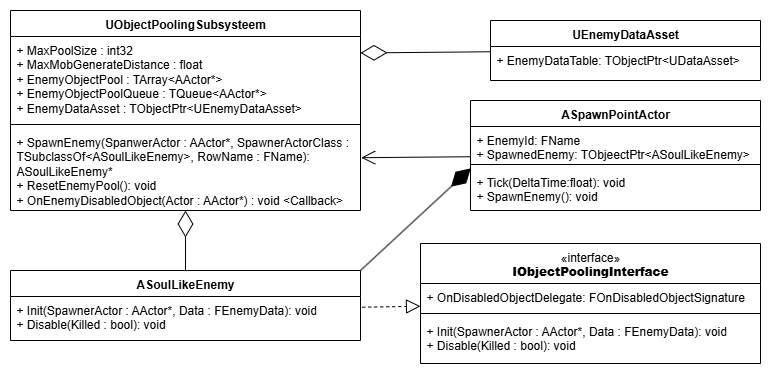
jhness99/SoulLike keeps this draw.io diagram as Images/ObjectPooling.png. Above is the earlier version. Source tidied: cells renumbered, new cells last; positions are measured from the earlier drawing's top-left corner, leaving out a move shared by most shapes. Source of this version:
```xml
<mxGraphModel>
  <root>
    <mxCell id="0" />
    <mxCell id="1" parent="0" />
    <mxCell id="2" value="UObjectPoolingSubsysteem" style="swimlane;fontStyle=1;align=center;verticalAlign=top;horizontal=1;startSize=26;whiteSpace=wrap;html=1;" parent="1" vertex="1">
      <mxGeometry width="350" height="200" as="geometry" />
    </mxCell>
    <mxCell id="3" value="+ MaxPoolSize : int32&lt;div&gt;+ MaxMobGenerateDistance : float&lt;br&gt;&lt;div&gt;&lt;span style=&quot;background-color: transparent; color: light-dark(rgb(0, 0, 0), rgb(255, 255, 255));&quot;&gt;+ EnemyObjectPool : TArray&amp;lt;AActor*&amp;gt;&amp;nbsp;&lt;/span&gt;&lt;/div&gt;&lt;div&gt;&lt;span style=&quot;background-color: transparent; color: light-dark(rgb(0, 0, 0), rgb(255, 255, 255));&quot;&gt;+ EnemyObjectPoolQueue : TQueue&amp;lt;AActor*&amp;gt;&lt;/span&gt;&lt;/div&gt;&lt;div&gt;&lt;span style=&quot;background-color: transparent; color: light-dark(rgb(0, 0, 0), rgb(255, 255, 255));&quot;&gt;+ EnemyDataAsset : TObjectPtr&amp;lt;UEnemyDataAsset&amp;gt;&lt;/span&gt;&lt;/div&gt;&lt;/div&gt;" style="text;strokeColor=none;fillColor=none;align=left;verticalAlign=top;spacingLeft=4;spacingRight=4;overflow=hidden;points=[[0,0.5],[1,0.5]];portConstraint=eastwest;whiteSpace=wrap;html=1;" parent="2" vertex="1">
      <mxGeometry y="26" width="350" height="84" as="geometry" />
    </mxCell>
    <mxCell id="4" style="line;strokeWidth=1;fillColor=none;align=left;verticalAlign=middle;spacingTop=-1;spacingLeft=3;spacingRight=3;labelPosition=right;strokeColor=inherit;" parent="2" vertex="1">
      <mxGeometry y="110" width="350" height="8" as="geometry" />
    </mxCell>
    <mxCell id="5" value="+ SpawnEnemy(SpanwerActor : AActor*, SpawnerActorClass : TSubclassOf&amp;lt;ASoulLikeEnemy&amp;gt;, RowName : FName): ASoulLikeEnemy*&lt;div&gt;+ ResetEnemyPool(): void&lt;/div&gt;&lt;div&gt;+ OnEnemyDisabledObject(Actor : AActor*) : void &amp;lt;Callback&amp;gt;&lt;/div&gt;" style="text;strokeColor=none;fillColor=none;align=left;verticalAlign=top;spacingLeft=4;spacingRight=4;overflow=hidden;points=[[0,0.5],[1,0.5]];portConstraint=eastwest;whiteSpace=wrap;html=1;" parent="2" vertex="1">
      <mxGeometry y="118" width="350" height="82" as="geometry" />
    </mxCell>
    <mxCell id="6" style="endArrow=diamondThin;endFill=0;endSize=24;html=1;rounded=0;" parent="1" edge="1" source="7" target="2">
      <mxGeometry relative="1" as="geometry" />
    </mxCell>
    <mxCell id="7" value="ASoulLikeEnemy" style="swimlane;fontStyle=1;align=center;verticalAlign=top;horizontal=1;startSize=26;whiteSpace=wrap;html=1;" parent="1" vertex="1">
      <mxGeometry y="260" width="350" height="70" as="geometry" />
    </mxCell>
    <mxCell id="8" value="+ Init(SpawnerActor : AActor*, Data : FEnemyData): void&lt;div&gt;+ Disable(Killed : bool): void&lt;/div&gt;" style="text;strokeColor=none;fillColor=none;align=left;verticalAlign=top;spacingLeft=4;spacingRight=4;overflow=hidden;points=[[0,0.5],[1,0.5]];portConstraint=eastwest;whiteSpace=wrap;html=1;" parent="7" vertex="1">
      <mxGeometry y="26" width="350" height="44" as="geometry" />
    </mxCell>
    <mxCell id="9" style="endArrow=block;dashed=1;endFill=0;endSize=12;html=1;rounded=0;exitX=1.005;exitY=0.243;exitDx=0;exitDy=0;exitPerimeter=0;" parent="1" edge="1" source="8" target="19">
      <mxGeometry relative="1" as="geometry" />
    </mxCell>
    <mxCell id="10" style="endArrow=open;endFill=1;endSize=12;html=1;rounded=0;entryX=1.002;entryY=0.356;entryDx=0;entryDy=0;entryPerimeter=0;" parent="1" edge="1" source="11" target="5">
      <mxGeometry relative="1" as="geometry" />
    </mxCell>
    <mxCell id="11" value="ASpawnPointActor" style="swimlane;fontStyle=1;align=center;verticalAlign=top;horizontal=1;startSize=26;whiteSpace=wrap;html=1;" parent="1" vertex="1">
      <mxGeometry x="460" y="90" width="290" height="110" as="geometry" />
    </mxCell>
    <mxCell id="12" value="+ EnemyId: FName&lt;div&gt;+ SpawnedEnemy: TObjeectPtr&amp;lt;ASoulLikeEnemy&amp;gt;&lt;/div&gt;" style="text;strokeColor=none;fillColor=none;align=left;verticalAlign=top;spacingLeft=4;spacingRight=4;overflow=hidden;whiteSpace=wrap;html=1;" parent="11" vertex="1">
      <mxGeometry y="26" width="290" height="34" as="geometry" />
    </mxCell>
    <mxCell id="13" style="line;strokeWidth=1;fillColor=none;align=left;verticalAlign=middle;spacingTop=-1;spacingLeft=3;spacingRight=3;labelPosition=right;strokeColor=inherit;" parent="11" vertex="1">
      <mxGeometry y="60" width="290" height="8" as="geometry" />
    </mxCell>
    <mxCell id="14" value="+ Tick(DeltaTime:float): void&lt;div&gt;+ SpawnEnemy(): void&lt;/div&gt;" style="text;strokeColor=none;fillColor=none;align=left;verticalAlign=top;spacingLeft=4;spacingRight=4;overflow=hidden;points=[[0,0.5],[1,0.5]];portConstraint=eastwest;whiteSpace=wrap;html=1;" parent="11" vertex="1">
      <mxGeometry y="68" width="290" height="42" as="geometry" />
    </mxCell>
    <mxCell id="15" style="endArrow=diamondThin;endFill=1;endSize=24;html=1;rounded=0;exitX=1;exitY=0;exitDx=0;exitDy=0;entryX=0.001;entryY=-0.003;entryDx=0;entryDy=0;entryPerimeter=0;" parent="1" edge="1" source="7" target="14">
      <mxGeometry relative="1" as="geometry" />
    </mxCell>
    <mxCell id="16" value="UEnemyDataAsset" style="swimlane;fontStyle=1;align=center;verticalAlign=top;horizontal=1;startSize=26;whiteSpace=wrap;html=1;" parent="1" vertex="1">
      <mxGeometry x="480" y="10" width="270" height="60" as="geometry" />
    </mxCell>
    <mxCell id="17" value="+ EnemyDataTable: TObjectPtr&amp;lt;UDataAsset&amp;gt;" style="text;strokeColor=none;fillColor=none;align=left;verticalAlign=top;spacingLeft=4;spacingRight=4;overflow=hidden;whiteSpace=wrap;html=1;" parent="16" vertex="1">
      <mxGeometry y="26" width="270" height="34" as="geometry" />
    </mxCell>
    <mxCell id="18" style="endArrow=diamondThin;endFill=0;endSize=24;html=1;rounded=0;entryX=1;entryY=0.196;entryDx=0;entryDy=0;entryPerimeter=0;" parent="1" edge="1" source="16" target="3">
      <mxGeometry relative="1" as="geometry" />
    </mxCell>
    <mxCell id="19" value="&lt;span style=&quot;font-weight: 400;&quot;&gt;«interface»&lt;/span&gt;&lt;br style=&quot;font-weight: 400;&quot;&gt;&lt;b&gt;IObjectPoolingInterface&lt;/b&gt;" style="swimlane;fontStyle=1;align=center;verticalAlign=top;horizontal=1;startSize=40;whiteSpace=wrap;html=1;" parent="1" vertex="1">
      <mxGeometry x="410" y="233" width="340" height="120" as="geometry" />
    </mxCell>
    <mxCell id="20" value="+ OnDisabledObjectDelegate: FOnDisabledObjectSignature" style="text;strokeColor=none;fillColor=none;align=left;verticalAlign=top;spacingLeft=4;spacingRight=4;overflow=hidden;whiteSpace=wrap;html=1;" parent="19" vertex="1">
      <mxGeometry y="40" width="340" height="26" as="geometry" />
    </mxCell>
    <mxCell id="21" style="line;strokeWidth=1;fillColor=none;align=left;verticalAlign=middle;spacingTop=-1;spacingLeft=3;spacingRight=3;labelPosition=right;strokeColor=inherit;" parent="19" vertex="1">
      <mxGeometry y="66" width="340" height="8" as="geometry" />
    </mxCell>
    <mxCell id="22" value="+ Init(SpawnerActor : AActor*, Data : FEnemyData): void&lt;div&gt;+ Disable(Killed : bool): void&lt;/div&gt;" style="text;strokeColor=none;fillColor=none;align=left;verticalAlign=top;spacingLeft=4;spacingRight=4;overflow=hidden;whiteSpace=wrap;html=1;" parent="19" vertex="1">
      <mxGeometry y="74" width="340" height="46" as="geometry" />
    </mxCell>
  </root>
</mxGraphModel>
```
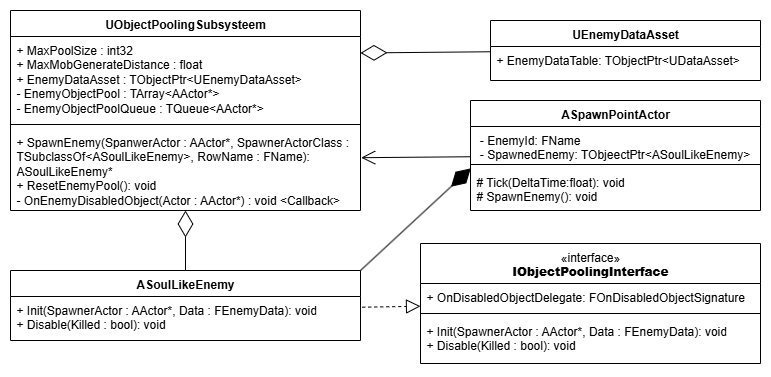
Above is the later version.

What changed in the source:
```diff
@@ -5,15 +5,15 @@
     <mxCell id="2" value="UObjectPoolingSubsysteem" style="swimlane;fontStyle=1;align=center;verticalAlign=top;horizontal=1;startSize=26;whiteSpace=wrap;html=1;" parent="1" vertex="1">
       <mxGeometry width="350" height="200" as="geometry" />
     </mxCell>
-    <mxCell id="3" value="+ MaxPoolSize : int32&lt;div&gt;+ MaxMobGenerateDistance : float&lt;br&gt;&lt;div&gt;&lt;span style=&quot;background-color: transparent; color: light-dark(rgb(0, 0, 0), rgb(255, 255, 255));&quot;&gt;+ EnemyObjectPool : TArray&amp;lt;AActor*&amp;gt;&amp;nbsp;&lt;/span&gt;&lt;/div&gt;&lt;div&gt;&lt;span style=&quot;background-color: transparent; color: light-dark(rgb(0, 0, 0), rgb(255, 255, 255));&quot;&gt;+ EnemyObjectPoolQueue : TQueue&amp;lt;AActor*&amp;gt;&lt;/span&gt;&lt;/div&gt;&lt;div&gt;&lt;span style=&quot;background-color: transparent; color: light-dark(rgb(0, 0, 0), rgb(255, 255, 255));&quot;&gt;+ EnemyDataAsset : TObjectPtr&amp;lt;UEnemyDataAsset&amp;gt;&lt;/span&gt;&lt;/div&gt;&lt;/div&gt;" style="text;strokeColor=none;fillColor=none;align=left;verticalAlign=top;spacingLeft=4;spacingRight=4;overflow=hidden;points=[[0,0.5],[1,0.5]];portConstraint=eastwest;whiteSpace=wrap;html=1;" parent="2" vertex="1">
-      <mxGeometry y="26" width="350" height="84" as="geometry" />
-    </mxCell>
+    <mxCell id="23" value="+ MaxPoolSize : int32&lt;div&gt;+ MaxMobGenerateDistance : float&lt;/div&gt;&lt;div&gt;+ EnemyDataAsset : TObjectPtr&amp;lt;UEnemyDataAsset&amp;gt;&lt;br&gt;&lt;div&gt;&lt;span style=&quot;background-color: transparent; color: light-dark(rgb(0, 0, 0), rgb(255, 255, 255));&quot;&gt;- EnemyObjectPool : TArray&amp;lt;AActor*&amp;gt;&amp;nbsp;&lt;/span&gt;&lt;/div&gt;&lt;div&gt;&lt;span style=&quot;background-color: transparent; color: light-dark(rgb(0, 0, 0), rgb(255, 255, 255));&quot;&gt;- EnemyObjectPoolQueue : TQueue&amp;lt;AActor*&amp;gt;&lt;/span&gt;&lt;/div&gt;&lt;div&gt;&lt;br&gt;&lt;/div&gt;&lt;/div&gt;" style="text;strokeColor=none;fillColor=none;align=left;verticalAlign=top;spacingLeft=4;spacingRight=4;overflow=hidden;points=[[0,0.5],[1,0.5]];portConstraint=eastwest;whiteSpace=wrap;html=1;" parent="2" vertex="1">
+      <mxGeometry y="26" width="350" height="84" as="geometry" />
+    </mxCell>
     <mxCell id="4" style="line;strokeWidth=1;fillColor=none;align=left;verticalAlign=middle;spacingTop=-1;spacingLeft=3;spacingRight=3;labelPosition=right;strokeColor=inherit;" parent="2" vertex="1">
       <mxGeometry y="110" width="350" height="8" as="geometry" />
     </mxCell>
-    <mxCell id="5" value="+ SpawnEnemy(SpanwerActor : AActor*, SpawnerActorClass : TSubclassOf&amp;lt;ASoulLikeEnemy&amp;gt;, RowName : FName): ASoulLikeEnemy*&lt;div&gt;+ ResetEnemyPool(): void&lt;/div&gt;&lt;div&gt;+ OnEnemyDisabledObject(Actor : AActor*) : void &amp;lt;Callback&amp;gt;&lt;/div&gt;" style="text;strokeColor=none;fillColor=none;align=left;verticalAlign=top;spacingLeft=4;spacingRight=4;overflow=hidden;points=[[0,0.5],[1,0.5]];portConstraint=eastwest;whiteSpace=wrap;html=1;" parent="2" vertex="1">
-      <mxGeometry y="118" width="350" height="82" as="geometry" />
-    </mxCell>
+    <mxCell id="24" value="+ SpawnEnemy(SpanwerActor : AActor*, SpawnerActorClass : TSubclassOf&amp;lt;ASoulLikeEnemy&amp;gt;, RowName : FName): ASoulLikeEnemy*&lt;div&gt;+ ResetEnemyPool(): void&lt;/div&gt;&lt;div&gt;- OnEnemyDisabledObject(Actor : AActor*) : void &amp;lt;Callback&amp;gt;&lt;/div&gt;" style="text;strokeColor=none;fillColor=none;align=left;verticalAlign=top;spacingLeft=4;spacingRight=4;overflow=hidden;points=[[0,0.5],[1,0.5]];portConstraint=eastwest;whiteSpace=wrap;html=1;" parent="2" vertex="1">
+      <mxGeometry y="118" width="350" height="82" as="geometry" />
+    </mxCell>
     <mxCell id="6" style="endArrow=diamondThin;endFill=0;endSize=24;html=1;rounded=0;" parent="1" edge="1" source="7" target="2">
       <mxGeometry relative="1" as="geometry" />
     </mxCell>
@@ -26,33 +26,33 @@
     <mxCell id="9" style="endArrow=block;dashed=1;endFill=0;endSize=12;html=1;rounded=0;exitX=1.005;exitY=0.243;exitDx=0;exitDy=0;exitPerimeter=0;" parent="1" edge="1" source="8" target="19">
       <mxGeometry relative="1" as="geometry" />
     </mxCell>
-    <mxCell id="10" style="endArrow=open;endFill=1;endSize=12;html=1;rounded=0;entryX=1.002;entryY=0.356;entryDx=0;entryDy=0;entryPerimeter=0;" parent="1" edge="1" source="11" target="5">
-      <mxGeometry relative="1" as="geometry" />
-    </mxCell>
+    <mxCell id="25" style="endArrow=open;endFill=1;endSize=12;html=1;rounded=0;entryX=1.002;entryY=0.356;entryDx=0;entryDy=0;entryPerimeter=0;" parent="1" edge="1" source="11" target="24">
+      <mxGeometry relative="1" as="geometry" />
+    </mxCell>
     <mxCell id="11" value="ASpawnPointActor" style="swimlane;fontStyle=1;align=center;verticalAlign=top;horizontal=1;startSize=26;whiteSpace=wrap;html=1;" parent="1" vertex="1">
       <mxGeometry x="460" y="90" width="290" height="110" as="geometry" />
     </mxCell>
-    <mxCell id="12" value="+ EnemyId: FName&lt;div&gt;+ SpawnedEnemy: TObjeectPtr&amp;lt;ASoulLikeEnemy&amp;gt;&lt;/div&gt;" style="text;strokeColor=none;fillColor=none;align=left;verticalAlign=top;spacingLeft=4;spacingRight=4;overflow=hidden;whiteSpace=wrap;html=1;" parent="11" vertex="1">
-      <mxGeometry y="26" width="290" height="34" as="geometry" />
-    </mxCell>
+    <mxCell id="26" value="&amp;nbsp;- EnemyId: FName&lt;div&gt;&amp;nbsp;- SpawnedEnemy: TObjeectPtr&amp;lt;ASoulLikeEnemy&amp;gt;&lt;/div&gt;" style="text;strokeColor=none;fillColor=none;align=left;verticalAlign=top;spacingLeft=4;spacingRight=4;overflow=hidden;whiteSpace=wrap;html=1;" parent="11" vertex="1">
+      <mxGeometry y="26" width="290" height="34" as="geometry" />
+    </mxCell>
     <mxCell id="13" style="line;strokeWidth=1;fillColor=none;align=left;verticalAlign=middle;spacingTop=-1;spacingLeft=3;spacingRight=3;labelPosition=right;strokeColor=inherit;" parent="11" vertex="1">
       <mxGeometry y="60" width="290" height="8" as="geometry" />
     </mxCell>
-    <mxCell id="14" value="+ Tick(DeltaTime:float): void&lt;div&gt;+ SpawnEnemy(): void&lt;/div&gt;" style="text;strokeColor=none;fillColor=none;align=left;verticalAlign=top;spacingLeft=4;spacingRight=4;overflow=hidden;points=[[0,0.5],[1,0.5]];portConstraint=eastwest;whiteSpace=wrap;html=1;" parent="11" vertex="1">
-      <mxGeometry y="68" width="290" height="42" as="geometry" />
-    </mxCell>
-    <mxCell id="15" style="endArrow=diamondThin;endFill=1;endSize=24;html=1;rounded=0;exitX=1;exitY=0;exitDx=0;exitDy=0;entryX=0.001;entryY=-0.003;entryDx=0;entryDy=0;entryPerimeter=0;" parent="1" edge="1" source="7" target="14">
-      <mxGeometry relative="1" as="geometry" />
-    </mxCell>
+    <mxCell id="27" value="# Tick(DeltaTime:float): void&lt;div&gt;# SpawnEnemy(): void&lt;/div&gt;" style="text;strokeColor=none;fillColor=none;align=left;verticalAlign=top;spacingLeft=4;spacingRight=4;overflow=hidden;points=[[0,0.5],[1,0.5]];portConstraint=eastwest;whiteSpace=wrap;html=1;" parent="11" vertex="1">
+      <mxGeometry y="68" width="290" height="42" as="geometry" />
+    </mxCell>
+    <mxCell id="28" style="endArrow=diamondThin;endFill=1;endSize=24;html=1;rounded=0;exitX=1;exitY=0;exitDx=0;exitDy=0;entryX=0.001;entryY=-0.003;entryDx=0;entryDy=0;entryPerimeter=0;" parent="1" edge="1" source="7" target="27">
+      <mxGeometry relative="1" as="geometry" />
+    </mxCell>
     <mxCell id="16" value="UEnemyDataAsset" style="swimlane;fontStyle=1;align=center;verticalAlign=top;horizontal=1;startSize=26;whiteSpace=wrap;html=1;" parent="1" vertex="1">
       <mxGeometry x="480" y="10" width="270" height="60" as="geometry" />
     </mxCell>
     <mxCell id="17" value="+ EnemyDataTable: TObjectPtr&amp;lt;UDataAsset&amp;gt;" style="text;strokeColor=none;fillColor=none;align=left;verticalAlign=top;spacingLeft=4;spacingRight=4;overflow=hidden;whiteSpace=wrap;html=1;" parent="16" vertex="1">
       <mxGeometry y="26" width="270" height="34" as="geometry" />
     </mxCell>
-    <mxCell id="18" style="endArrow=diamondThin;endFill=0;endSize=24;html=1;rounded=0;entryX=1;entryY=0.196;entryDx=0;entryDy=0;entryPerimeter=0;" parent="1" edge="1" source="16" target="3">
-      <mxGeometry relative="1" as="geometry" />
-    </mxCell>
+    <mxCell id="29" style="endArrow=diamondThin;endFill=0;endSize=24;html=1;rounded=0;entryX=1;entryY=0.196;entryDx=0;entryDy=0;entryPerimeter=0;" parent="1" edge="1" source="16" target="23">
+      <mxGeometry relative="1" as="geometry" />
+    </mxCell>
     <mxCell id="19" value="&lt;span style=&quot;font-weight: 400;&quot;&gt;«interface»&lt;/span&gt;&lt;br style=&quot;font-weight: 400;&quot;&gt;&lt;b&gt;IObjectPoolingInterface&lt;/b&gt;" style="swimlane;fontStyle=1;align=center;verticalAlign=top;horizontal=1;startSize=40;whiteSpace=wrap;html=1;" parent="1" vertex="1">
       <mxGeometry x="410" y="233" width="340" height="120" as="geometry" />
     </mxCell>
```
